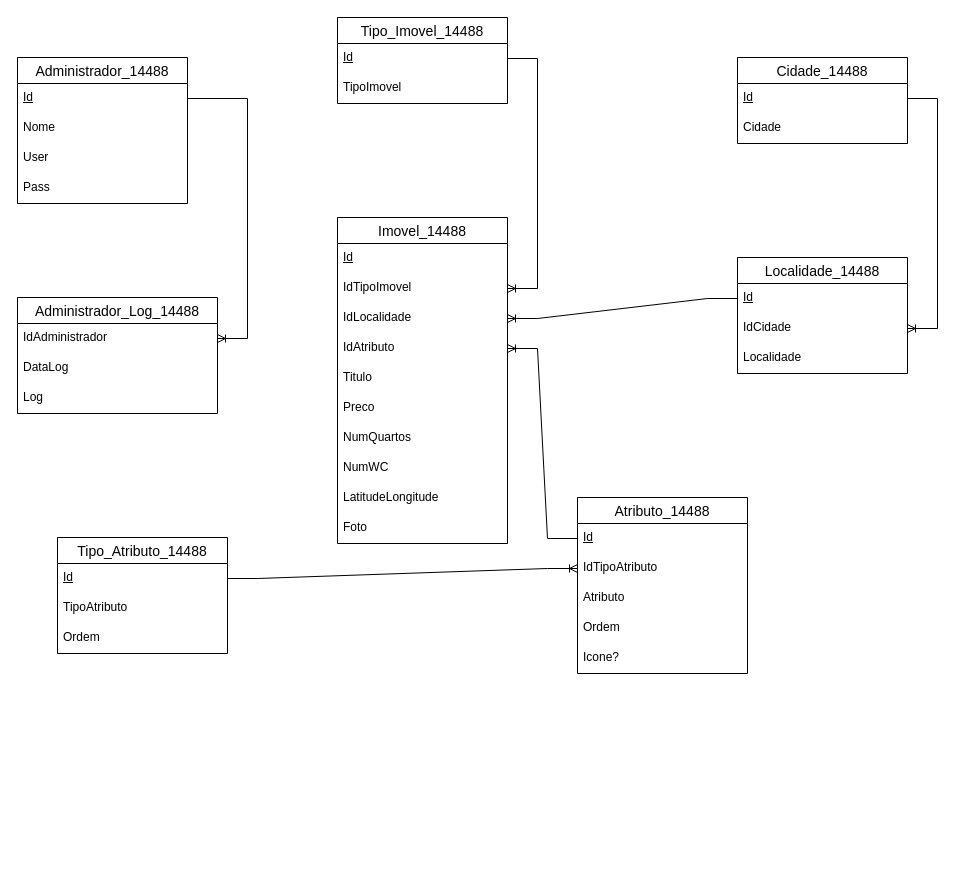
Above: 2P-PROG-UFCD-0811-TRABALHO1-14488.drawio in VascoMatos/diagramas (draw.io), before the change. Source tidied: cells renumbered, new cells numbered last; positions are measured from the earlier drawing's top-left corner, leaving out a move shared by most shapes. Both pictures are drawn from the tidied source at 100%, with x=0, y=0 at pixel (17, 17).
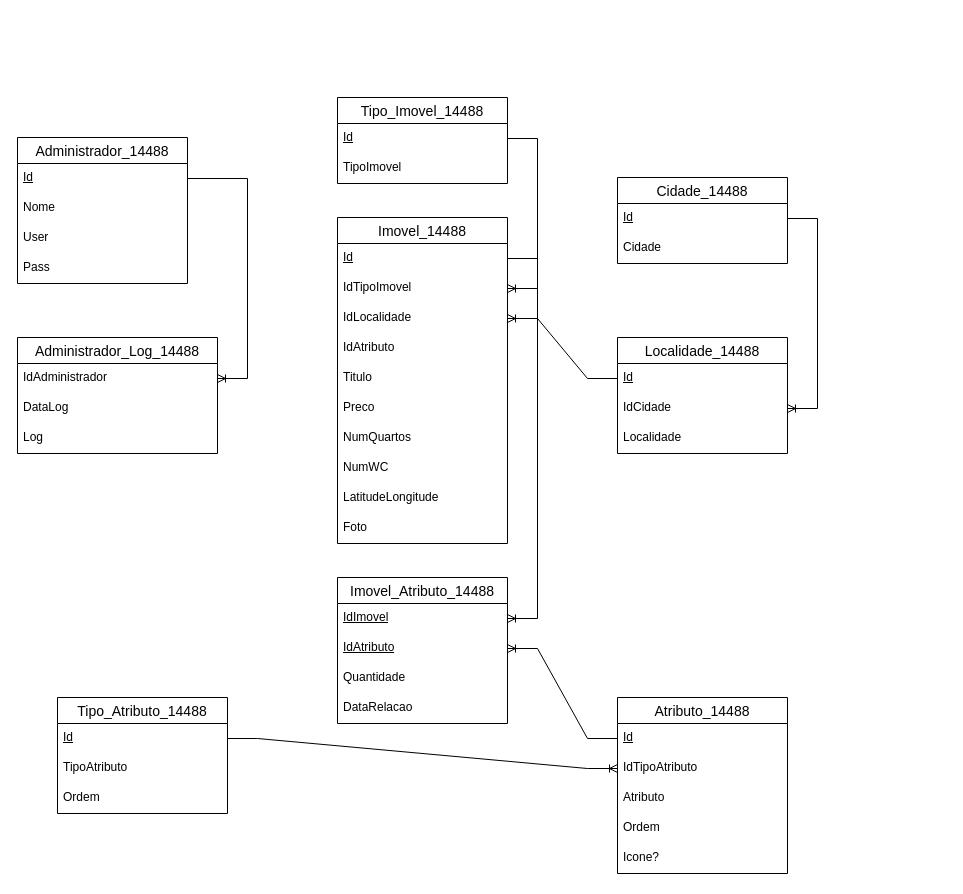
Above is the later version.

Unchanged cells that the change refers to:
```xml
<mxCell id="19" value="&lt;u&gt;Id&lt;/u&gt;" style="text;strokeColor=none;fillColor=none;spacingLeft=4;spacingRight=4;overflow=hidden;points=[[0,0.5],[1,0.5]];portConstraint=eastwest;fontSize=12;whiteSpace=wrap;html=1;" parent="18" vertex="1">
  <mxGeometry y="26" width="170" height="30" as="geometry" />
</mxCell>
<mxCell id="32" value="&lt;u&gt;Id&lt;/u&gt;" style="text;strokeColor=none;fillColor=none;spacingLeft=4;spacingRight=4;overflow=hidden;points=[[0,0.5],[1,0.5]];portConstraint=eastwest;fontSize=12;whiteSpace=wrap;html=1;" parent="31" vertex="1">
  <mxGeometry y="26" width="170" height="30" as="geometry" />
</mxCell>
<mxCell id="35" value="IdAtributo" style="text;strokeColor=none;fillColor=none;spacingLeft=4;spacingRight=4;overflow=hidden;points=[[0,0.5],[1,0.5]];portConstraint=eastwest;fontSize=12;whiteSpace=wrap;html=1;" parent="31" vertex="1">
  <mxGeometry y="116" width="170" height="30" as="geometry" />
</mxCell>
```

What changed in the source:
```diff
@@
     <mxCell id="2" value="Administrador_14488" style="swimlane;fontStyle=0;horizontal=1;startSize=26;align=center;fontSize=14;" parent="1" vertex="1">
-      <mxGeometry y="40" width="170" height="146" as="geometry" />
+      <mxGeometry y="120" width="170" height="146" as="geometry" />
     </mxCell>
@@
     <mxCell id="7" value="Administrador_Log_14488" style="swimlane;fontStyle=0;horizontal=1;startSize=26;align=center;fontSize=14;" parent="1" vertex="1">
-      <mxGeometry y="280" width="200" height="116" as="geometry" />
+      <mxGeometry y="320" width="200" height="116" as="geometry" />
     </mxCell>
@@
     <mxCell id="11" value="Tipo_Imovel_14488" style="swimlane;fontStyle=0;horizontal=1;startSize=26;align=center;fontSize=14;" parent="1" vertex="1">
-      <mxGeometry x="320" width="170" height="86" as="geometry" />
+      <mxGeometry x="320" y="80" width="170" height="86" as="geometry" />
     </mxCell>
@@
     <mxCell id="14" value="Tipo_Atributo_14488" style="swimlane;fontStyle=0;horizontal=1;startSize=26;align=center;fontSize=14;" parent="1" vertex="1">
-      <mxGeometry x="40" y="520" width="170" height="116" as="geometry" />
+      <mxGeometry x="40" y="680" width="170" height="116" as="geometry" />
     </mxCell>
@@
     <mxCell id="18" value="Atributo_14488" style="swimlane;fontStyle=0;horizontal=1;startSize=26;align=center;fontSize=14;" parent="1" vertex="1">
-      <mxGeometry x="560" y="480" width="170" height="176" as="geometry" />
+      <mxGeometry x="600" y="680" width="170" height="176" as="geometry" />
     </mxCell>
@@
     <mxCell id="24" value="Localidade_14488" style="swimlane;fontStyle=0;horizontal=1;startSize=26;align=center;fontSize=14;" parent="1" vertex="1">
-      <mxGeometry x="720" y="240" width="170" height="116" as="geometry" />
+      <mxGeometry x="600" y="320" width="170" height="116" as="geometry" />
     </mxCell>
@@
     <mxCell id="28" value="Cidade_14488" style="swimlane;fontStyle=0;horizontal=1;startSize=26;align=center;fontSize=14;" parent="1" vertex="1">
-      <mxGeometry x="720" y="40" width="170" height="86" as="geometry" />
+      <mxGeometry x="600" y="160" width="170" height="86" as="geometry" />
     </mxCell>
@@
-    <mxCell id="47" style="edgeStyle=entityRelationEdgeStyle;fontSize=12;html=1;endArrow=ERoneToMany;rounded=0;" parent="1" edge="1" source="19" target="35">
-      <mxGeometry relative="1" as="geometry" />
-    </mxCell>
+    <mxCell id="48" value="Imovel_Atributo_14488" style="swimlane;fontStyle=0;horizontal=1;startSize=26;align=center;fontSize=14;" parent="1" vertex="1">
+      <mxGeometry x="320" y="560" width="170" height="146" as="geometry" />
+    </mxCell>
+    <mxCell id="49" value="&lt;u&gt;IdImovel&lt;/u&gt;" style="text;strokeColor=none;fillColor=none;spacingLeft=4;spacingRight=4;overflow=hidden;points=[[0,0.5],[1,0.5]];portConstraint=eastwest;fontSize=12;whiteSpace=wrap;html=1;" parent="48" vertex="1">
+      <mxGeometry y="26" width="170" height="30" as="geometry" />
+    </mxCell>
+    <mxCell id="50" value="&lt;u&gt;IdAtributo&lt;/u&gt;" style="text;strokeColor=none;fillColor=none;spacingLeft=4;spacingRight=4;overflow=hidden;points=[[0,0.5],[1,0.5]];portConstraint=eastwest;fontSize=12;whiteSpace=wrap;html=1;" parent="48" vertex="1">
+      <mxGeometry y="56" width="170" height="30" as="geometry" />
+    </mxCell>
+    <mxCell id="51" value="Quantidade" style="text;strokeColor=none;fillColor=none;spacingLeft=4;spacingRight=4;overflow=hidden;fontSize=12;whiteSpace=wrap;html=1;" parent="48" vertex="1">
+      <mxGeometry y="86" width="170" height="30" as="geometry" />
+    </mxCell>
+    <mxCell id="52" value="DataRelacao" style="text;strokeColor=none;fillColor=none;spacingLeft=4;spacingRight=4;overflow=hidden;fontSize=12;whiteSpace=wrap;html=1;" parent="48" vertex="1">
+      <mxGeometry y="116" width="170" height="30" as="geometry" />
+    </mxCell>
+    <mxCell id="53" style="edgeStyle=entityRelationEdgeStyle;fontSize=12;html=1;endArrow=ERoneToMany;rounded=0;" parent="1" edge="1" source="19" target="50">
+      <mxGeometry relative="1" as="geometry" />
+    </mxCell>
+    <mxCell id="54" style="edgeStyle=entityRelationEdgeStyle;fontSize=12;html=1;endArrow=ERoneToMany;rounded=0;" parent="1" edge="1" source="32" target="49">
+      <mxGeometry relative="1" as="geometry" />
+    </mxCell>
```
